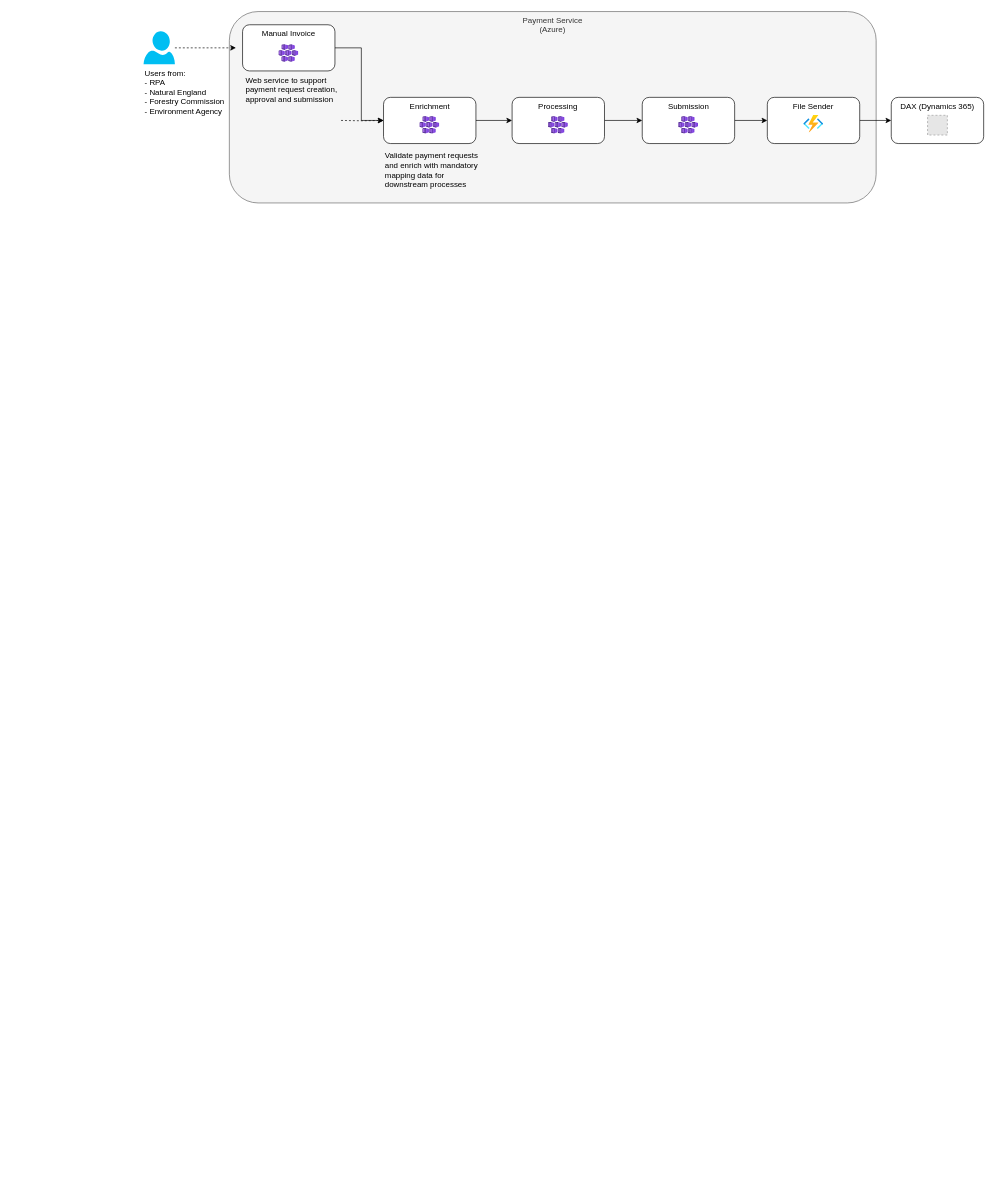
Before: Payments/manual-payment-request.drawio in DEFRA/ffc-diagrams, a draw.io diagram. Source tidied: cells renumbered, new cells numbered last; positions are measured from the earlier drawing's top-left corner, leaving out a move shared by most shapes. Both pictures are drawn from the tidied source at 66%, with x=0, y=0 at pixel (143, 11). Pictures stored in the file or linked from it are replaced by grey dashed boxes.
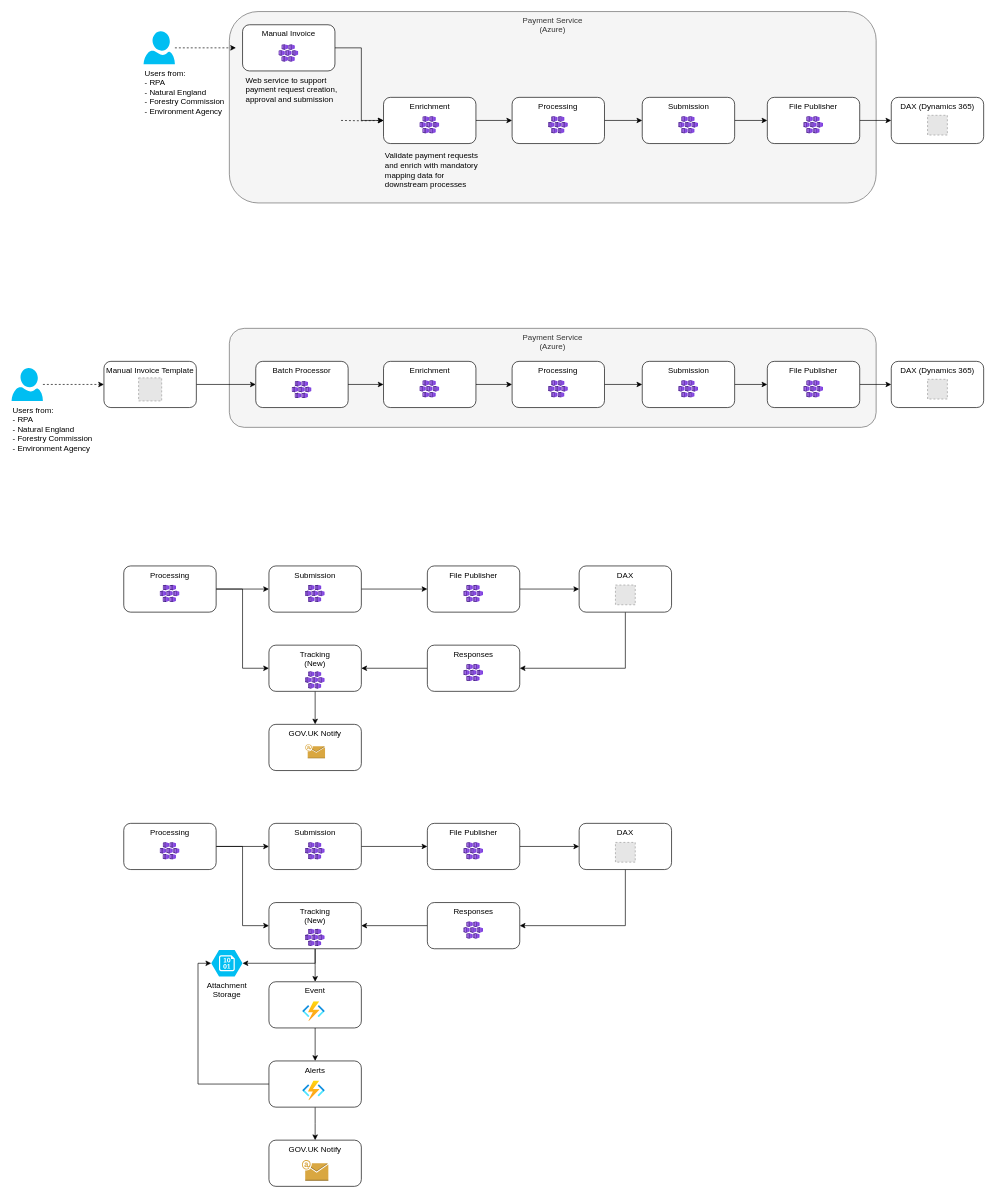
After the change.

What changed in the source:
```diff
@@
-    <mxCell id="19" value="File Sender" style="rounded=1;whiteSpace=wrap;html=1;verticalAlign=top;fontSize=12;" parent="1" vertex="1">
+    <mxCell id="19" value="File Publisher" style="rounded=1;whiteSpace=wrap;html=1;verticalAlign=top;fontSize=12;" parent="1" vertex="1">
       <mxGeometry x="945.1" y="130" width="140" height="70" as="geometry" />
     </mxCell>
-    <mxCell id="20" style="html=1;align=center;image;fontSize=12;image=img/lib/azure2/compute/Function_Apps.svg;" parent="1" vertex="1">
-      <mxGeometry x="1000.1" y="157.2" width="30" height="26.5" as="geometry" />
-    </mxCell>
@@
+    <mxCell id="25" style="html=1;align=center;image;fontSize=12;image=img/lib/azure2/compute/Kubernetes_Services.svg;" parent="1" vertex="1">
+      <mxGeometry x="1000.1" y="158.9" width="30" height="26.5" as="geometry" />
+    </mxCell>
+    <mxCell id="26" value="Payment Service&lt;br&gt;(Azure)" style="rounded=1;whiteSpace=wrap;html=1;verticalAlign=top;fillColor=#f5f5f5;fontColor=#333333;strokeColor=#666666;" parent="1" vertex="1">
+      <mxGeometry x="130" y="480" width="980" height="150" as="geometry" />
+    </mxCell>
+    <mxCell id="27" style="edgeStyle=orthogonalEdgeStyle;rounded=0;jettySize=auto;html=1;entryX=0;entryY=0.5;entryDx=0;entryDy=0;" parent="1" edge="1" source="28" target="31">
+      <mxGeometry relative="1" as="geometry" />
+    </mxCell>
+    <mxCell id="28" value="Enrichment" style="rounded=1;whiteSpace=wrap;html=1;verticalAlign=top;fontSize=12;" parent="1" vertex="1">
+      <mxGeometry x="363.6" y="530" width="140" height="70" as="geometry" />
+    </mxCell>
+    <mxCell id="29" style="html=1;align=center;image;fontSize=12;image=img/lib/azure2/compute/Kubernetes_Services.svg;" parent="1" vertex="1">
+      <mxGeometry x="418.6" y="558.9" width="30" height="26.5" as="geometry" />
+    </mxCell>
+    <mxCell id="30" style="edgeStyle=orthogonalEdgeStyle;rounded=0;jettySize=auto;html=1;entryX=0;entryY=0.5;entryDx=0;entryDy=0;" parent="1" edge="1" source="31" target="34">
+      <mxGeometry relative="1" as="geometry" />
+    </mxCell>
+    <mxCell id="31" value="Processing" style="rounded=1;whiteSpace=wrap;html=1;verticalAlign=top;fontSize=12;" parent="1" vertex="1">
+      <mxGeometry x="558.4" y="530" width="140" height="70" as="geometry" />
+    </mxCell>
+    <mxCell id="32" style="html=1;align=center;image;fontSize=12;image=img/lib/azure2/compute/Kubernetes_Services.svg;" parent="1" vertex="1">
+      <mxGeometry x="613.4" y="558.9" width="30" height="26.5" as="geometry" />
+    </mxCell>
+    <mxCell id="33" style="edgeStyle=orthogonalEdgeStyle;rounded=0;jettySize=auto;html=1;" parent="1" edge="1" source="34" target="42">
+      <mxGeometry relative="1" as="geometry" />
+    </mxCell>
+    <mxCell id="34" value="Submission" style="rounded=1;whiteSpace=wrap;html=1;verticalAlign=top;fontSize=12;" parent="1" vertex="1">
+      <mxGeometry x="755.6" y="530" width="140" height="70" as="geometry" />
+    </mxCell>
+    <mxCell id="35" style="html=1;align=center;image;fontSize=12;image=img/lib/azure2/compute/Kubernetes_Services.svg;" parent="1" vertex="1">
+      <mxGeometry x="810.6" y="558.9" width="30" height="26.5" as="geometry" />
+    </mxCell>
+    <mxCell id="36" value="DAX (Dynamics 365)" style="rounded=1;whiteSpace=wrap;html=1;verticalAlign=top;fontSize=12;" parent="1" vertex="1">
+      <mxGeometry x="1132.9" y="530" width="140" height="70" as="geometry" />
+    </mxCell>
+    <mxCell id="37" style="fillColor=#E6E6E6;strokeColor=#999999;dashed=1;verticalLabelPosition=bottom;labelBackgroundColor=#ffffff;verticalAlign=top;" parent="1" vertex="1">
+      <mxGeometry x="1187.9" y="557.2" width="30" height="29.9" as="geometry" />
+    </mxCell>
+    <mxCell id="38" style="edgeStyle=orthogonalEdgeStyle;rounded=0;jettySize=auto;html=1;entryX=0;entryY=0.5;entryDx=0;entryDy=0;startArrow=none;startFill=0;exitX=1;exitY=0.5;exitDx=0;exitDy=0;" parent="1" edge="1" source="39" target="28">
+      <mxGeometry relative="1" as="geometry">
+        <Array as="points">
+          <mxPoint x="290" y="565" />
+          <mxPoint x="290" y="565" />
+        </Array>
+      </mxGeometry>
+    </mxCell>
+    <mxCell id="39" value="Batch Processor" style="rounded=1;whiteSpace=wrap;html=1;verticalAlign=top;fontSize=12;" parent="1" vertex="1">
+      <mxGeometry x="170" y="530" width="140" height="70" as="geometry" />
+    </mxCell>
+    <mxCell id="40" style="html=1;align=center;image;fontSize=12;image=img/lib/azure2/compute/Kubernetes_Services.svg;" parent="1" vertex="1">
+      <mxGeometry x="225" y="560" width="30" height="26.5" as="geometry" />
+    </mxCell>
+    <mxCell id="41" style="edgeStyle=orthogonalEdgeStyle;rounded=0;jettySize=auto;html=1;entryX=0;entryY=0.5;entryDx=0;entryDy=0;" parent="1" edge="1" source="42" target="36">
+      <mxGeometry relative="1" as="geometry" />
+    </mxCell>
+    <mxCell id="42" value="File Publisher" style="rounded=1;whiteSpace=wrap;html=1;verticalAlign=top;fontSize=12;" parent="1" vertex="1">
+      <mxGeometry x="945.1" y="530" width="140" height="70" as="geometry" />
+    </mxCell>
+    <mxCell id="43" style="edgeStyle=orthogonalEdgeStyle;rounded=0;jettySize=auto;html=1;dashed=1;" parent="1" edge="1" source="44">
+      <mxGeometry relative="1" as="geometry">
+        <mxPoint x="-60" y="565" as="targetPoint" />
+      </mxGeometry>
+    </mxCell>
+    <mxCell id="44" value="Users from:&lt;br&gt;- RPA&lt;br&gt;- Natural England&lt;br&gt;- Forestry Commission&lt;br&gt;- Environment Agency" style="verticalLabelPosition=bottom;html=1;verticalAlign=top;align=left;strokeColor=none;fillColor=#00BEF2;shape=mxgraph.azure.user;" parent="1" vertex="1">
+      <mxGeometry x="-200" y="540" width="47.5" height="50" as="geometry" />
+    </mxCell>
+    <mxCell id="45" style="html=1;align=center;image;fontSize=12;image=img/lib/azure2/compute/Kubernetes_Services.svg;" parent="1" vertex="1">
+      <mxGeometry x="1000.1" y="558.9" width="30" height="26.5" as="geometry" />
+    </mxCell>
+    <mxCell id="46" style="edgeStyle=orthogonalEdgeStyle;rounded=0;jettySize=auto;html=1;" parent="1" edge="1" source="47" target="39">
+      <mxGeometry relative="1" as="geometry" />
+    </mxCell>
+    <mxCell id="47" value="Manual Invoice Template" style="rounded=1;whiteSpace=wrap;html=1;verticalAlign=top;fontSize=12;" parent="1" vertex="1">
+      <mxGeometry x="-60" y="530" width="140" height="70" as="geometry" />
+    </mxCell>
+    <mxCell id="48" style="fillColor=#E6E6E6;strokeColor=#999999;dashed=1;verticalLabelPosition=bottom;labelBackgroundColor=default;verticalAlign=top;" parent="1" vertex="1">
+      <mxGeometry x="-7.5" y="555" width="35" height="35" as="geometry" />
+    </mxCell>
+    <mxCell id="49" style="edgeStyle=orthogonalEdgeStyle;rounded=0;jettySize=auto;html=1;" parent="1" edge="1" source="51" target="60">
+      <mxGeometry relative="1" as="geometry" />
+    </mxCell>
+    <mxCell id="50" style="edgeStyle=orthogonalEdgeStyle;rounded=0;jettySize=auto;html=1;entryX=0;entryY=0.5;entryDx=0;entryDy=0;" parent="1" edge="1" source="51" target="57">
+      <mxGeometry relative="1" as="geometry" />
+    </mxCell>
+    <mxCell id="51" value="Processing" style="rounded=1;whiteSpace=wrap;html=1;verticalAlign=top;fontSize=12;" parent="1" vertex="1">
+      <mxGeometry x="-30" y="840" width="140" height="70" as="geometry" />
+    </mxCell>
+    <mxCell id="52" style="html=1;align=center;image;fontSize=12;image=img/lib/azure2/compute/Kubernetes_Services.svg;" parent="1" vertex="1">
+      <mxGeometry x="25" y="868.9" width="30" height="26.5" as="geometry" />
+    </mxCell>
+    <mxCell id="53" style="edgeStyle=orthogonalEdgeStyle;rounded=0;jettySize=auto;html=1;entryX=1;entryY=0.5;entryDx=0;entryDy=0;" parent="1" edge="1" source="54" target="57">
+      <mxGeometry relative="1" as="geometry" />
+    </mxCell>
+    <mxCell id="54" value="Responses" style="rounded=1;whiteSpace=wrap;html=1;verticalAlign=top;fontSize=12;" parent="1" vertex="1">
+      <mxGeometry x="430" y="960" width="140" height="70" as="geometry" />
+    </mxCell>
+    <mxCell id="55" style="html=1;align=center;image;fontSize=12;image=img/lib/azure2/compute/Kubernetes_Services.svg;" parent="1" vertex="1">
+      <mxGeometry x="485" y="988.9" width="30" height="26.5" as="geometry" />
+    </mxCell>
+    <mxCell id="56" style="edgeStyle=orthogonalEdgeStyle;rounded=0;jettySize=auto;html=1;" parent="1" edge="1" source="57" target="68">
+      <mxGeometry relative="1" as="geometry" />
+    </mxCell>
+    <mxCell id="57" value="Tracking&lt;br&gt;(New)" style="rounded=1;whiteSpace=wrap;html=1;verticalAlign=top;fontSize=12;" parent="1" vertex="1">
+      <mxGeometry x="190" y="960" width="140" height="70" as="geometry" />
+    </mxCell>
+    <mxCell id="58" style="html=1;align=center;image;fontSize=12;image=img/lib/azure2/compute/Kubernetes_Services.svg;" parent="1" vertex="1">
+      <mxGeometry x="245" y="1000" width="30" height="26.5" as="geometry" />
+    </mxCell>
+    <mxCell id="59" style="edgeStyle=orthogonalEdgeStyle;rounded=0;jettySize=auto;html=1;entryX=0;entryY=0.5;entryDx=0;entryDy=0;" parent="1" edge="1" source="60" target="63">
+      <mxGeometry relative="1" as="geometry" />
+    </mxCell>
+    <mxCell id="60" value="Submission" style="rounded=1;whiteSpace=wrap;html=1;verticalAlign=top;fontSize=12;" parent="1" vertex="1">
+      <mxGeometry x="190" y="840" width="140" height="70" as="geometry" />
+    </mxCell>
+    <mxCell id="61" style="html=1;align=center;image;fontSize=12;image=img/lib/azure2/compute/Kubernetes_Services.svg;" parent="1" vertex="1">
+      <mxGeometry x="245" y="868.9" width="30" height="26.5" as="geometry" />
+    </mxCell>
+    <mxCell id="62" style="edgeStyle=orthogonalEdgeStyle;rounded=0;jettySize=auto;html=1;" parent="1" edge="1" source="63" target="66">
+      <mxGeometry relative="1" as="geometry" />
+    </mxCell>
+    <mxCell id="63" value="File Publisher" style="rounded=1;whiteSpace=wrap;html=1;verticalAlign=top;fontSize=12;" parent="1" vertex="1">
+      <mxGeometry x="430" y="840" width="140" height="70" as="geometry" />
+    </mxCell>
+    <mxCell id="64" style="html=1;align=center;image;fontSize=12;image=img/lib/azure2/compute/Kubernetes_Services.svg;" parent="1" vertex="1">
+      <mxGeometry x="485" y="868.9" width="30" height="26.5" as="geometry" />
+    </mxCell>
+    <mxCell id="65" style="edgeStyle=orthogonalEdgeStyle;rounded=0;jettySize=auto;html=1;entryX=1;entryY=0.5;entryDx=0;entryDy=0;" parent="1" edge="1" source="66" target="54">
+      <mxGeometry relative="1" as="geometry">
+        <Array as="points">
+          <mxPoint x="730" y="995" />
+        </Array>
+      </mxGeometry>
+    </mxCell>
+    <mxCell id="66" value="DAX" style="rounded=1;whiteSpace=wrap;html=1;verticalAlign=top;fontSize=12;" parent="1" vertex="1">
+      <mxGeometry x="660" y="840" width="140" height="70" as="geometry" />
+    </mxCell>
+    <mxCell id="67" style="fillColor=#E6E6E6;strokeColor=#999999;dashed=1;verticalLabelPosition=bottom;labelBackgroundColor=#ffffff;verticalAlign=top;" parent="1" vertex="1">
+      <mxGeometry x="715" y="868.9" width="30" height="29.9" as="geometry" />
+    </mxCell>
+    <mxCell id="68" value="GOV.UK Notify" style="rounded=1;whiteSpace=wrap;html=1;verticalAlign=top;fontSize=12;" parent="1" vertex="1">
+      <mxGeometry x="190" y="1080" width="140" height="70" as="geometry" />
+    </mxCell>
+    <mxCell id="69" style="dashed=0;verticalLabelPosition=bottom;verticalAlign=top;align=center;html=1;shape=mxgraph.aws3.email;fillColor=#D9A741;gradientColor=none;" parent="1" vertex="1">
+      <mxGeometry x="245" y="1110" width="30" height="21.5" as="geometry" />
+    </mxCell>
+    <mxCell id="70" style="edgeStyle=orthogonalEdgeStyle;rounded=0;jettySize=auto;html=1;" parent="1" edge="1" source="72" target="82">
+      <mxGeometry relative="1" as="geometry" />
+    </mxCell>
+    <mxCell id="71" style="edgeStyle=orthogonalEdgeStyle;rounded=0;jettySize=auto;html=1;entryX=0;entryY=0.5;entryDx=0;entryDy=0;" parent="1" edge="1" source="72" target="79">
+      <mxGeometry relative="1" as="geometry" />
+    </mxCell>
+    <mxCell id="72" value="Processing" style="rounded=1;whiteSpace=wrap;html=1;verticalAlign=top;fontSize=12;" parent="1" vertex="1">
+      <mxGeometry x="-30" y="1230" width="140" height="70" as="geometry" />
+    </mxCell>
+    <mxCell id="73" style="html=1;align=center;image;fontSize=12;image=img/lib/azure2/compute/Kubernetes_Services.svg;" parent="1" vertex="1">
+      <mxGeometry x="25" y="1258.9" width="30" height="26.5" as="geometry" />
+    </mxCell>
+    <mxCell id="74" style="edgeStyle=orthogonalEdgeStyle;rounded=0;jettySize=auto;html=1;entryX=1;entryY=0.5;entryDx=0;entryDy=0;" parent="1" edge="1" source="75" target="79">
+      <mxGeometry relative="1" as="geometry" />
+    </mxCell>
+    <mxCell id="75" value="Responses" style="rounded=1;whiteSpace=wrap;html=1;verticalAlign=top;fontSize=12;" parent="1" vertex="1">
+      <mxGeometry x="430" y="1350" width="140" height="70" as="geometry" />
+    </mxCell>
+    <mxCell id="76" style="html=1;align=center;image;fontSize=12;image=img/lib/azure2/compute/Kubernetes_Services.svg;" parent="1" vertex="1">
+      <mxGeometry x="485" y="1378.9" width="30" height="26.5" as="geometry" />
+    </mxCell>
+    <mxCell id="77" style="edgeStyle=orthogonalEdgeStyle;rounded=0;jettySize=auto;html=1;" parent="1" edge="1" source="79">
+      <mxGeometry relative="1" as="geometry">
+        <mxPoint x="260" y="1470" as="targetPoint" />
+      </mxGeometry>
+    </mxCell>
+    <mxCell id="78" style="edgeStyle=orthogonalEdgeStyle;rounded=0;jettySize=auto;html=1;entryX=1;entryY=0.5;entryDx=0;entryDy=0;entryPerimeter=0;" parent="1" edge="1" source="79" target="93">
+      <mxGeometry relative="1" as="geometry">
+        <Array as="points">
+          <mxPoint x="260" y="1442" />
+        </Array>
+      </mxGeometry>
+    </mxCell>
+    <mxCell id="79" value="Tracking&lt;br&gt;(New)" style="rounded=1;whiteSpace=wrap;html=1;verticalAlign=top;fontSize=12;" parent="1" vertex="1">
+      <mxGeometry x="190" y="1350" width="140" height="70" as="geometry" />
+    </mxCell>
+    <mxCell id="80" style="html=1;align=center;image;fontSize=12;image=img/lib/azure2/compute/Kubernetes_Services.svg;" parent="1" vertex="1">
+      <mxGeometry x="245" y="1390" width="30" height="26.5" as="geometry" />
+    </mxCell>
+    <mxCell id="81" style="edgeStyle=orthogonalEdgeStyle;rounded=0;jettySize=auto;html=1;entryX=0;entryY=0.5;entryDx=0;entryDy=0;" parent="1" edge="1" source="82" target="85">
+      <mxGeometry relative="1" as="geometry" />
+    </mxCell>
+    <mxCell id="82" value="Submission" style="rounded=1;whiteSpace=wrap;html=1;verticalAlign=top;fontSize=12;" parent="1" vertex="1">
+      <mxGeometry x="190" y="1230" width="140" height="70" as="geometry" />
+    </mxCell>
+    <mxCell id="83" style="html=1;align=center;image;fontSize=12;image=img/lib/azure2/compute/Kubernetes_Services.svg;" parent="1" vertex="1">
+      <mxGeometry x="245" y="1258.9" width="30" height="26.5" as="geometry" />
+    </mxCell>
+    <mxCell id="84" style="edgeStyle=orthogonalEdgeStyle;rounded=0;jettySize=auto;html=1;" parent="1" edge="1" source="85" target="88">
+      <mxGeometry relative="1" as="geometry" />
+    </mxCell>
+    <mxCell id="85" value="File Publisher" style="rounded=1;whiteSpace=wrap;html=1;verticalAlign=top;fontSize=12;" parent="1" vertex="1">
+      <mxGeometry x="430" y="1230" width="140" height="70" as="geometry" />
+    </mxCell>
+    <mxCell id="86" style="html=1;align=center;image;fontSize=12;image=img/lib/azure2/compute/Kubernetes_Services.svg;" parent="1" vertex="1">
+      <mxGeometry x="485" y="1258.9" width="30" height="26.5" as="geometry" />
+    </mxCell>
+    <mxCell id="87" style="edgeStyle=orthogonalEdgeStyle;rounded=0;jettySize=auto;html=1;entryX=1;entryY=0.5;entryDx=0;entryDy=0;" parent="1" edge="1" source="88" target="75">
+      <mxGeometry relative="1" as="geometry">
+        <Array as="points">
+          <mxPoint x="730" y="1385" />
+        </Array>
+      </mxGeometry>
+    </mxCell>
+    <mxCell id="88" value="DAX" style="rounded=1;whiteSpace=wrap;html=1;verticalAlign=top;fontSize=12;" parent="1" vertex="1">
+      <mxGeometry x="660" y="1230" width="140" height="70" as="geometry" />
+    </mxCell>
+    <mxCell id="89" style="fillColor=#E6E6E6;strokeColor=#999999;dashed=1;verticalLabelPosition=bottom;labelBackgroundColor=#ffffff;verticalAlign=top;" parent="1" vertex="1">
+      <mxGeometry x="715" y="1258.9" width="30" height="29.9" as="geometry" />
+    </mxCell>
+    <mxCell id="90" style="edgeStyle=orthogonalEdgeStyle;rounded=0;jettySize=auto;html=1;entryX=0.5;entryY=0;entryDx=0;entryDy=0;" parent="1" edge="1" source="91" target="96">
+      <mxGeometry relative="1" as="geometry" />
+    </mxCell>
+    <mxCell id="91" value="Event" style="rounded=1;whiteSpace=wrap;html=1;verticalAlign=top;fontSize=12;" parent="1" vertex="1">
+      <mxGeometry x="190" y="1470" width="140" height="70" as="geometry" />
+    </mxCell>
+    <mxCell id="92" style="html=1;align=center;image;fontSize=12;image=img/lib/azure2/compute/Function_Apps.svg;" parent="1" vertex="1">
+      <mxGeometry x="241" y="1500" width="34" height="30" as="geometry" />
+    </mxCell>
+    <mxCell id="93" value="Attachment&lt;br&gt;Storage" style="verticalLabelPosition=bottom;html=1;verticalAlign=top;align=center;strokeColor=none;fillColor=#00BEF2;shape=mxgraph.azure.storage_blob;" parent="1" vertex="1">
+      <mxGeometry x="102.5" y="1422" width="47.5" height="40" as="geometry" />
+    </mxCell>
+    <mxCell id="94" style="edgeStyle=orthogonalEdgeStyle;rounded=0;jettySize=auto;html=1;entryX=0;entryY=0.5;entryDx=0;entryDy=0;entryPerimeter=0;" parent="1" edge="1" source="96" target="93">
+      <mxGeometry relative="1" as="geometry" />
+    </mxCell>
+    <mxCell id="95" style="edgeStyle=orthogonalEdgeStyle;rounded=0;jettySize=auto;html=1;" parent="1" edge="1" source="96">
+      <mxGeometry relative="1" as="geometry">
+        <mxPoint x="260" y="1710" as="targetPoint" />
+      </mxGeometry>
+    </mxCell>
+    <mxCell id="96" value="Alerts" style="rounded=1;whiteSpace=wrap;html=1;verticalAlign=top;fontSize=12;" parent="1" vertex="1">
+      <mxGeometry x="190" y="1590" width="140" height="70" as="geometry" />
+    </mxCell>
+    <mxCell id="97" style="html=1;align=center;image;fontSize=12;image=img/lib/azure2/compute/Function_Apps.svg;" parent="1" vertex="1">
+      <mxGeometry x="241" y="1620" width="34" height="30" as="geometry" />
+    </mxCell>
+    <mxCell id="98" value="GOV.UK Notify" style="rounded=1;whiteSpace=wrap;html=1;verticalAlign=top;fontSize=12;" parent="1" vertex="1">
+      <mxGeometry x="190" y="1710" width="140" height="70" as="geometry" />
+    </mxCell>
+    <mxCell id="99" style="dashed=0;verticalLabelPosition=bottom;verticalAlign=top;align=center;html=1;shape=mxgraph.aws3.email;fillColor=#D9A741;gradientColor=none;" parent="1" vertex="1">
+      <mxGeometry x="240" y="1740" width="40" height="31.5" as="geometry" />
+    </mxCell>
```
